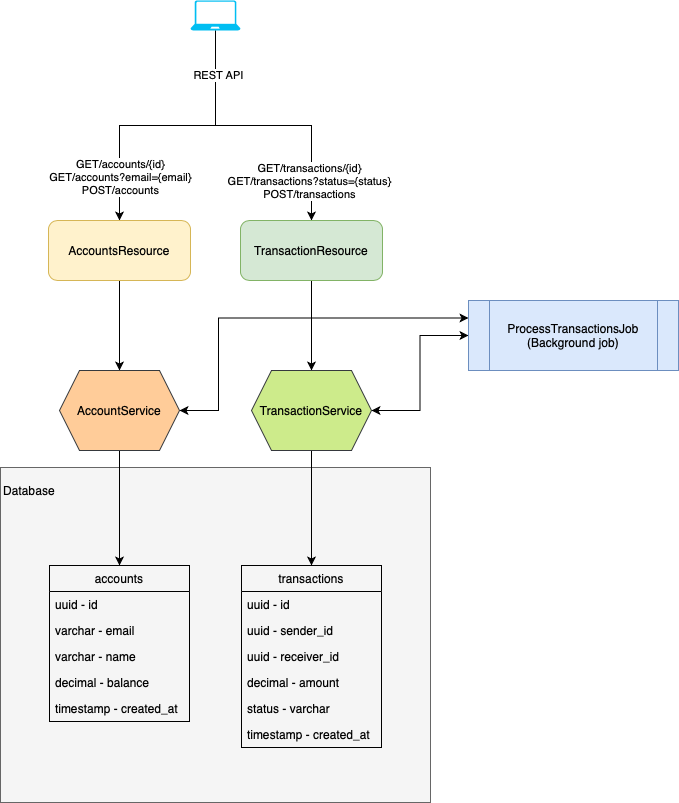
The draw.io diagram img/arch.png in ishpuniani/CirclePaymentService, before a commit. Source tidied: cells renumbered, new cells last; positions are measured from the earlier drawing's top-left corner, leaving out a move shared by most shapes. Source of this version:
```xml
<mxGraphModel>
  <root>
    <mxCell id="0" />
    <mxCell id="1" parent="0" />
    <mxCell id="2" style="rounded=0;whiteSpace=wrap;html=1;fillColor=#f5f5f5;strokeColor=#666666;fontColor=#333333;" parent="1" vertex="1">
      <mxGeometry y="467" width="430" height="335" as="geometry" />
    </mxCell>
    <mxCell id="3" style="edgeStyle=orthogonalEdgeStyle;rounded=0;jettySize=auto;html=1;exitX=0.5;exitY=1;exitDx=0;exitDy=0;exitPerimeter=0;entryX=0.5;entryY=0;entryDx=0;entryDy=0;" parent="1" edge="1" source="8" target="10">
      <mxGeometry relative="1" as="geometry" />
    </mxCell>
    <mxCell id="4" value="GET/accounts/{id}&lt;br&gt;GET/accounts?email={email}&lt;br&gt;POST/accounts" style="edgeLabel;html=1;align=center;verticalAlign=middle;" parent="3" vertex="1">
      <mxGeometry x="0.61" relative="1" as="geometry">
        <mxPoint y="12" as="offset" />
      </mxGeometry>
    </mxCell>
    <mxCell id="5" style="edgeStyle=orthogonalEdgeStyle;rounded=0;jettySize=auto;html=1;exitX=0.5;exitY=1;exitDx=0;exitDy=0;exitPerimeter=0;entryX=0.5;entryY=0;entryDx=0;entryDy=0;" parent="1" edge="1" source="8" target="12">
      <mxGeometry relative="1" as="geometry" />
    </mxCell>
    <mxCell id="6" value="REST API" style="edgeLabel;html=1;align=center;verticalAlign=middle;" parent="5" vertex="1">
      <mxGeometry x="-0.69" y="2" relative="1" as="geometry" />
    </mxCell>
    <mxCell id="7" value="GET/transactions/{id}&lt;br&gt;GET/transactions?status={status}&lt;br&gt;POST/transactions" style="edgeLabel;html=1;align=center;verticalAlign=middle;" parent="5" vertex="1">
      <mxGeometry x="0.7" y="2" relative="1" as="geometry">
        <mxPoint x="-5" y="2" as="offset" />
      </mxGeometry>
    </mxCell>
    <mxCell id="8" style="verticalLabelPosition=bottom;html=1;verticalAlign=top;align=center;strokeColor=none;fillColor=#00BEF2;shape=mxgraph.azure.laptop;" parent="1" vertex="1">
      <mxGeometry x="190" width="50" height="30" as="geometry" />
    </mxCell>
    <mxCell id="9" style="edgeStyle=none;rounded=0;jettySize=auto;html=1;exitX=0.5;exitY=1;exitDx=0;exitDy=0;entryX=0.5;entryY=0;entryDx=0;entryDy=0;startArrow=none;startFill=0;" parent="1" edge="1" source="10" target="17">
      <mxGeometry relative="1" as="geometry" />
    </mxCell>
    <mxCell id="10" value="AccountsResource" style="rounded=1;whiteSpace=wrap;html=1;fillColor=#fff2cc;strokeColor=#d6b656;" parent="1" vertex="1">
      <mxGeometry x="48" y="220" width="142" height="60" as="geometry" />
    </mxCell>
    <mxCell id="11" style="edgeStyle=none;rounded=0;jettySize=auto;html=1;exitX=0.5;exitY=1;exitDx=0;exitDy=0;entryX=0.5;entryY=0;entryDx=0;entryDy=0;startArrow=none;startFill=0;" parent="1" edge="1" source="12" target="19">
      <mxGeometry relative="1" as="geometry" />
    </mxCell>
    <mxCell id="12" value="TransactionResource" style="rounded=1;whiteSpace=wrap;html=1;fillColor=#d5e8d4;strokeColor=#82b366;" parent="1" vertex="1">
      <mxGeometry x="240" y="220" width="142" height="60" as="geometry" />
    </mxCell>
    <mxCell id="13" style="edgeStyle=orthogonalEdgeStyle;rounded=0;jettySize=auto;html=1;exitX=0;exitY=0.5;exitDx=0;exitDy=0;entryX=1;entryY=0.5;entryDx=0;entryDy=0;startArrow=classic;startFill=1;" parent="1" edge="1" source="15" target="19">
      <mxGeometry relative="1" as="geometry" />
    </mxCell>
    <mxCell id="14" style="edgeStyle=orthogonalEdgeStyle;rounded=0;jettySize=auto;html=1;exitX=0;exitY=0.25;exitDx=0;exitDy=0;entryX=1;entryY=0.5;entryDx=0;entryDy=0;startArrow=classic;startFill=1;" parent="1" edge="1" source="15" target="17">
      <mxGeometry relative="1" as="geometry">
        <Array as="points">
          <mxPoint x="218" y="318" />
          <mxPoint x="218" y="410" />
        </Array>
      </mxGeometry>
    </mxCell>
    <mxCell id="15" value="ProcessTransactionsJob&lt;br&gt;(Background job)" style="shape=process;whiteSpace=wrap;html=1;backgroundOutline=1;fillColor=#dae8fc;strokeColor=#6c8ebf;" parent="1" vertex="1">
      <mxGeometry x="468" y="300" width="210" height="70" as="geometry" />
    </mxCell>
    <mxCell id="16" style="edgeStyle=orthogonalEdgeStyle;rounded=0;jettySize=auto;html=1;exitX=0.5;exitY=1;exitDx=0;exitDy=0;startArrow=none;startFill=0;" parent="1" edge="1" source="17" target="21">
      <mxGeometry relative="1" as="geometry" />
    </mxCell>
    <mxCell id="17" value="AccountService" style="shape=hexagon;perimeter=hexagonPerimeter2;whiteSpace=wrap;html=1;fixedSize=1;fillColor=#ffcc99;strokeColor=#36393d;" parent="1" vertex="1">
      <mxGeometry x="59" y="370" width="120" height="80" as="geometry" />
    </mxCell>
    <mxCell id="18" style="edgeStyle=orthogonalEdgeStyle;rounded=0;jettySize=auto;html=1;exitX=0.5;exitY=1;exitDx=0;exitDy=0;entryX=0.5;entryY=0;entryDx=0;entryDy=0;startArrow=none;startFill=0;" parent="1" edge="1" source="19" target="27">
      <mxGeometry relative="1" as="geometry" />
    </mxCell>
    <mxCell id="19" value="TransactionService" style="shape=hexagon;perimeter=hexagonPerimeter2;whiteSpace=wrap;html=1;fixedSize=1;fillColor=#cdeb8b;strokeColor=#36393d;" parent="1" vertex="1">
      <mxGeometry x="251" y="370" width="120" height="80" as="geometry" />
    </mxCell>
    <mxCell id="20" value="Database" style="text;html=1;strokeColor=none;fillColor=none;align=center;verticalAlign=middle;whiteSpace=wrap;rounded=0;" parent="1" vertex="1">
      <mxGeometry x="9" y="480" width="40" height="20" as="geometry" />
    </mxCell>
    <mxCell id="21" value="accounts" style="swimlane;fontStyle=0;horizontal=1;startSize=26;fillColor=none;" parent="1" vertex="1">
      <mxGeometry x="49" y="565" width="140" height="156" as="geometry" />
    </mxCell>
    <mxCell id="22" value="uuid - id" style="text;strokeColor=none;fillColor=none;align=left;verticalAlign=top;spacingLeft=4;spacingRight=4;overflow=hidden;" parent="21" vertex="1">
      <mxGeometry y="26" width="140" height="26" as="geometry" />
    </mxCell>
    <mxCell id="23" value="varchar - email" style="text;strokeColor=none;fillColor=none;align=left;verticalAlign=top;spacingLeft=4;spacingRight=4;overflow=hidden;" parent="21" vertex="1">
      <mxGeometry y="52" width="140" height="26" as="geometry" />
    </mxCell>
    <mxCell id="24" value="varchar - name" style="text;strokeColor=none;fillColor=none;align=left;verticalAlign=top;spacingLeft=4;spacingRight=4;overflow=hidden;" parent="21" vertex="1">
      <mxGeometry y="78" width="140" height="26" as="geometry" />
    </mxCell>
    <mxCell id="25" value="decimal - balance" style="text;strokeColor=none;fillColor=none;align=left;verticalAlign=top;spacingLeft=4;spacingRight=4;overflow=hidden;" parent="21" vertex="1">
      <mxGeometry y="104" width="140" height="26" as="geometry" />
    </mxCell>
    <mxCell id="26" value="timestamp - created_at" style="text;strokeColor=none;fillColor=none;align=left;verticalAlign=top;spacingLeft=4;spacingRight=4;overflow=hidden;" parent="21" vertex="1">
      <mxGeometry y="130" width="140" height="26" as="geometry" />
    </mxCell>
    <mxCell id="27" value="transactions" style="swimlane;fontStyle=0;horizontal=1;startSize=26;fillColor=none;" parent="1" vertex="1">
      <mxGeometry x="241" y="565" width="140" height="182" as="geometry" />
    </mxCell>
    <mxCell id="28" value="uuid - id" style="text;strokeColor=none;fillColor=none;align=left;verticalAlign=top;spacingLeft=4;spacingRight=4;overflow=hidden;" parent="27" vertex="1">
      <mxGeometry y="26" width="140" height="26" as="geometry" />
    </mxCell>
    <mxCell id="29" value="uuid - sender_id" style="text;strokeColor=none;fillColor=none;align=left;verticalAlign=top;spacingLeft=4;spacingRight=4;overflow=hidden;" parent="27" vertex="1">
      <mxGeometry y="52" width="140" height="26" as="geometry" />
    </mxCell>
    <mxCell id="30" value="uuid - receiver_id" style="text;strokeColor=none;fillColor=none;align=left;verticalAlign=top;spacingLeft=4;spacingRight=4;overflow=hidden;" parent="27" vertex="1">
      <mxGeometry y="78" width="140" height="26" as="geometry" />
    </mxCell>
    <mxCell id="31" value="decimal - amount" style="text;strokeColor=none;fillColor=none;align=left;verticalAlign=top;spacingLeft=4;spacingRight=4;overflow=hidden;" parent="27" vertex="1">
      <mxGeometry y="104" width="140" height="26" as="geometry" />
    </mxCell>
    <mxCell id="32" value="status - varchar" style="text;strokeColor=none;fillColor=none;align=left;verticalAlign=top;spacingLeft=4;spacingRight=4;overflow=hidden;" parent="27" vertex="1">
      <mxGeometry y="130" width="140" height="26" as="geometry" />
    </mxCell>
    <mxCell id="33" value="timestamp - created_at" style="text;strokeColor=none;fillColor=none;align=left;verticalAlign=top;spacingLeft=4;spacingRight=4;overflow=hidden;" parent="27" vertex="1">
      <mxGeometry y="156" width="140" height="26" as="geometry" />
    </mxCell>
  </root>
</mxGraphModel>
```
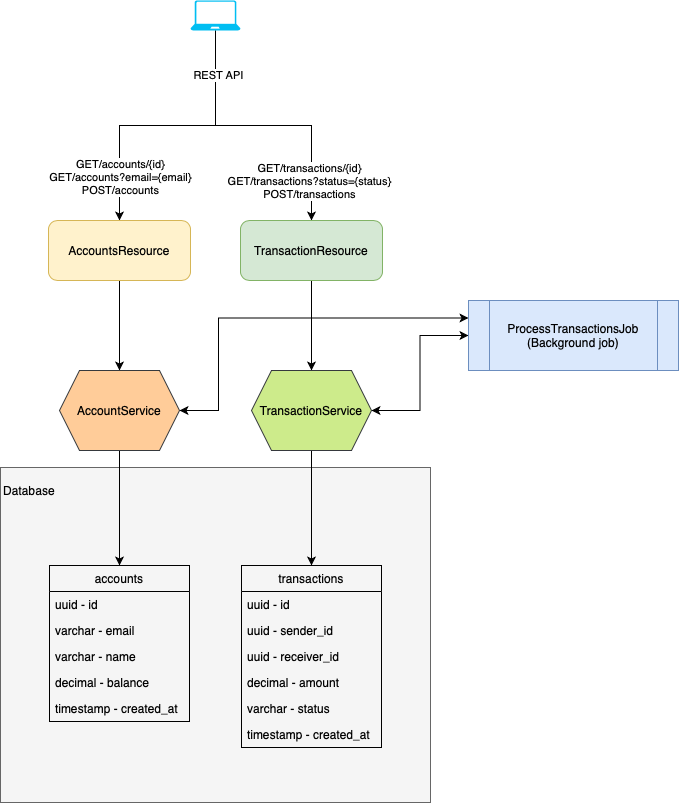
Above is the later version.

Diff of the diagram source:
```diff
@@ -101,7 +101,7 @@
     <mxCell id="31" value="decimal - amount" style="text;strokeColor=none;fillColor=none;align=left;verticalAlign=top;spacingLeft=4;spacingRight=4;overflow=hidden;" parent="27" vertex="1">
       <mxGeometry y="104" width="140" height="26" as="geometry" />
     </mxCell>
-    <mxCell id="32" value="status - varchar" style="text;strokeColor=none;fillColor=none;align=left;verticalAlign=top;spacingLeft=4;spacingRight=4;overflow=hidden;" parent="27" vertex="1">
+    <mxCell id="32" value="varchar - status" style="text;strokeColor=none;fillColor=none;align=left;verticalAlign=top;spacingLeft=4;spacingRight=4;overflow=hidden;" parent="27" vertex="1">
       <mxGeometry y="130" width="140" height="26" as="geometry" />
     </mxCell>
     <mxCell id="33" value="timestamp - created_at" style="text;strokeColor=none;fillColor=none;align=left;verticalAlign=top;spacingLeft=4;spacingRight=4;overflow=hidden;" parent="27" vertex="1">
```
